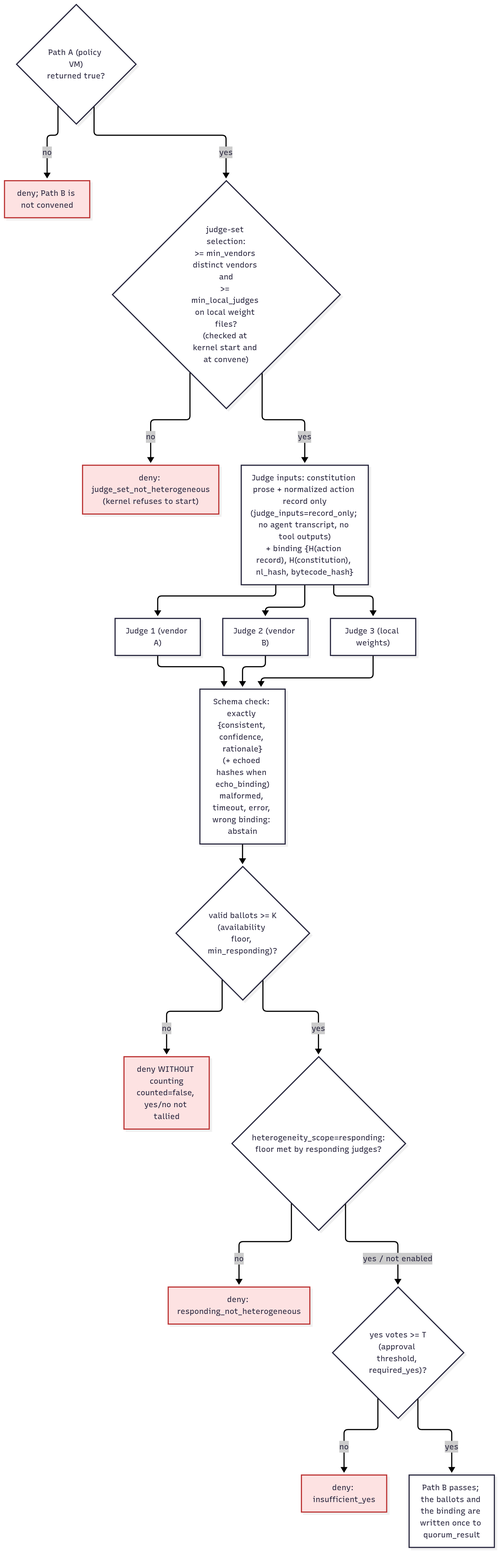
This is docs/figures/quorum_protocol.png from Insomniac-VibeLabs/two-key, a Mermaid export, as it was before one commit. Its source is kept beside it as docs/figures/quorum_protocol.mmd.
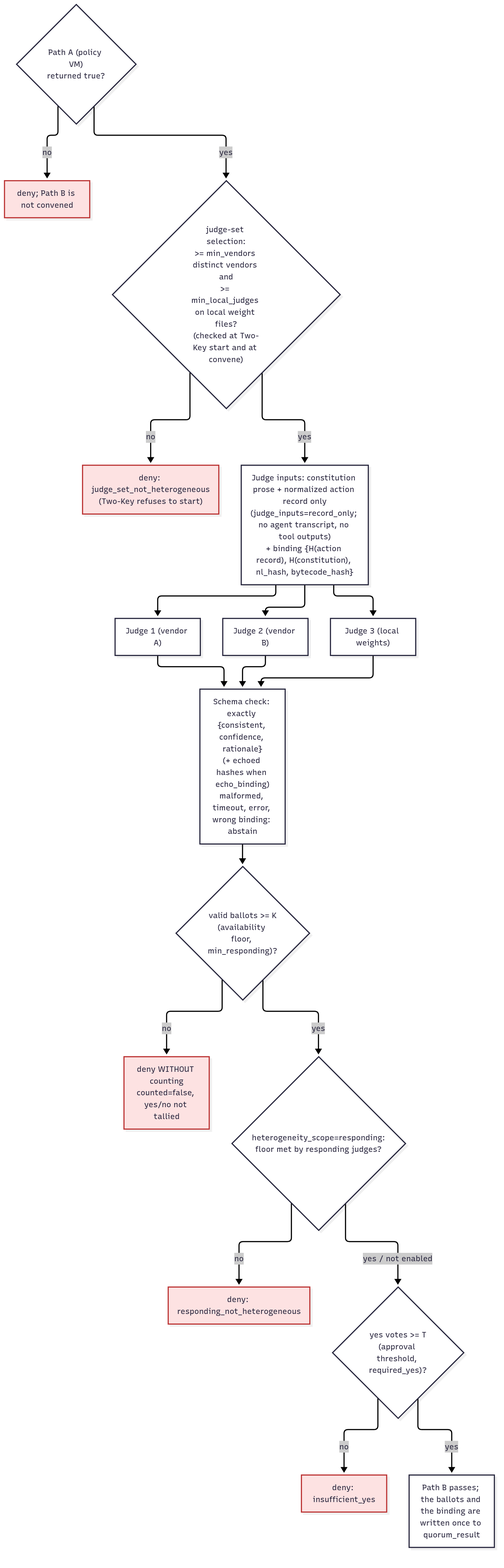
Above is the later version.

Change to the diagram source:
```diff
@@ -1,7 +1,7 @@
 flowchart TB
   A{"Path A (policy VM)<br/>returned true?"} -- no --> DA["deny; Path B is not convened"]
-  A -- yes --> H{"judge-set selection:<br/>>= min_vendors distinct vendors and<br/>>= min_local_judges on local weight files?<br/>(checked at kernel start and at convene)"}
-  H -- no --> DH["deny: judge_set_not_heterogeneous<br/>(kernel refuses to start)"]
+  A -- yes --> H{"judge-set selection:<br/>>= min_vendors distinct vendors and<br/>>= min_local_judges on local weight files?<br/>(checked at Two-Key start and at convene)"}
+  H -- no --> DH["deny: judge_set_not_heterogeneous<br/>(Two-Key refuses to start)"]
   H -- yes --> IN["Judge inputs: constitution prose + normalized action record only<br/>(judge_inputs=record_only; no agent transcript, no tool outputs)<br/>+ binding {H(action record), H(constitution), nl_hash, bytecode_hash}"]
   IN --> J1["Judge 1 (vendor A)"]
   IN --> J2["Judge 2 (vendor B)"]
```
